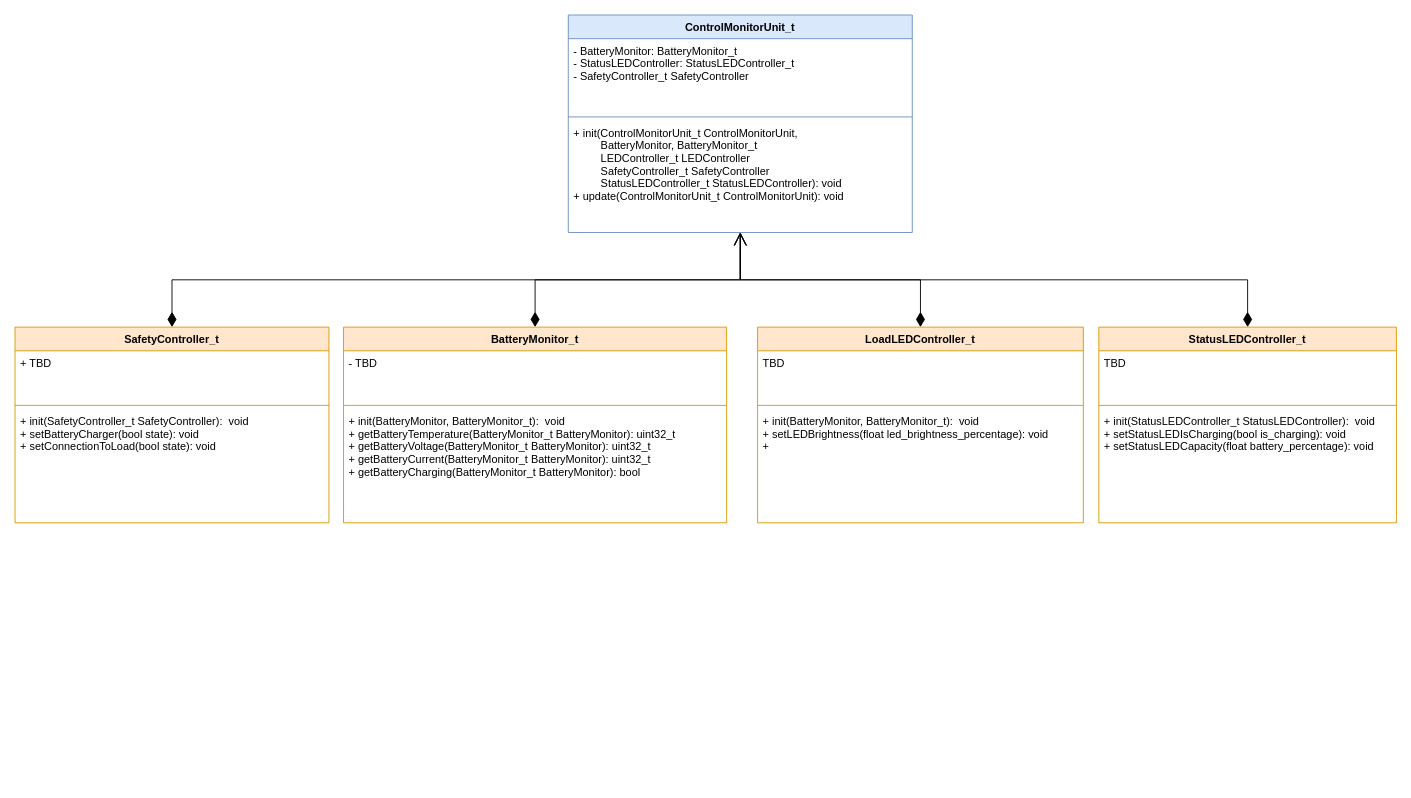
This is doc/class_diagram.drawio from andrew-elsayeh/illumicarge_firmware, a draw.io file, before an edit. Source tidied: cells renumbered, new cells numbered last; positions are measured from the earlier drawing's top-left corner, leaving out a move shared by most shapes. Both pictures are drawn from the tidied source at 91%, with x=0, y=0 at pixel (15, 15).
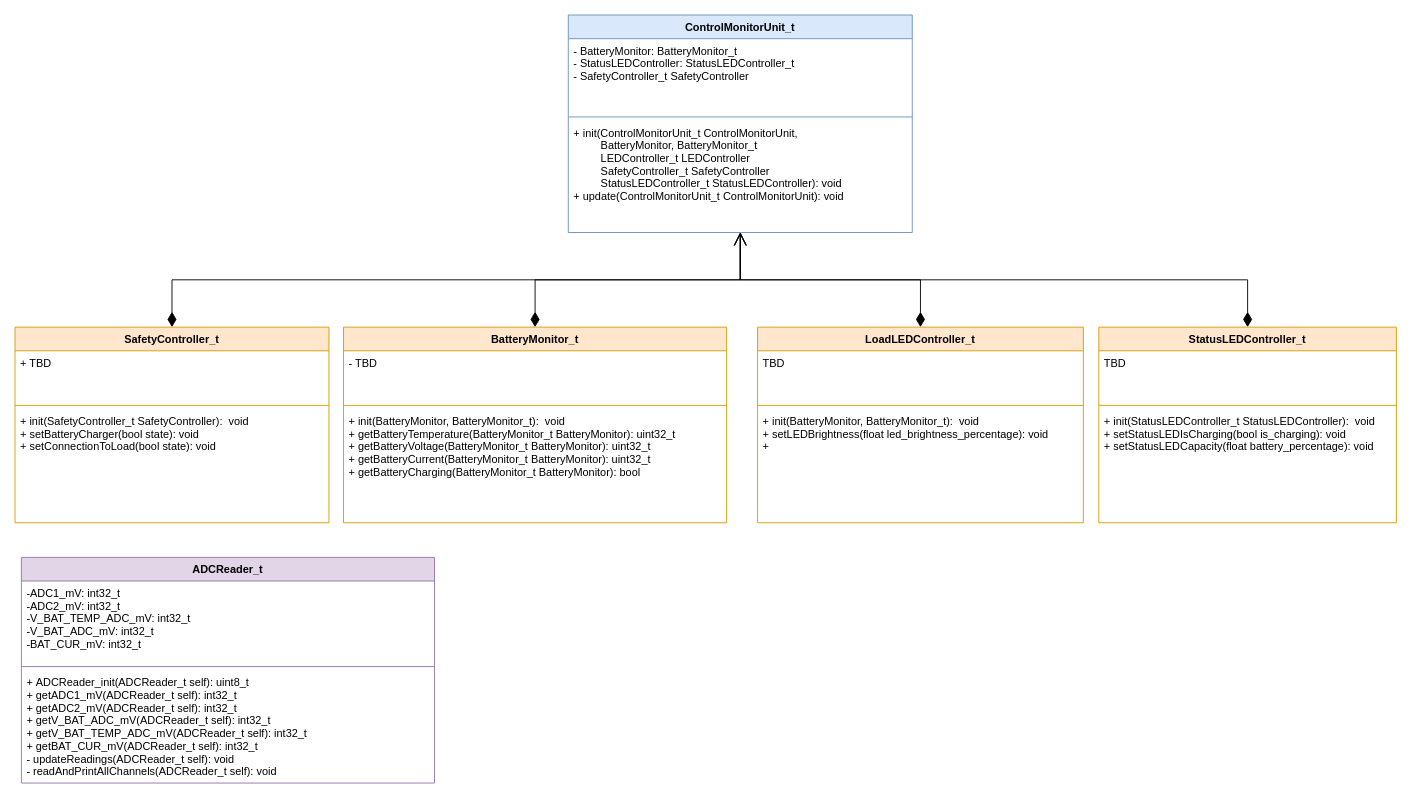
The same page after the edit.

What changed in the source:
```diff
@@
+    <mxCell id="26" value="ADCReader_t" style="swimlane;fontStyle=1;align=center;verticalAlign=top;horizontal=1;startSize=26;fontFamily=Avenir;fillColor=#e1d5e7;strokeColor=#9673a6;" parent="1" vertex="1">
+      <mxGeometry x="7" y="596" width="454" height="248" as="geometry" />
+    </mxCell>
+    <mxCell id="27" value="-ADC1_mV: int32_t&#10;-ADC2_mV: int32_t&#10;-V_BAT_TEMP_ADC_mV: int32_t&#10;-V_BAT_ADC_mV: int32_t&#10;-BAT_CUR_mV: int32_t&#10;" style="text;strokeColor=none;fillColor=none;align=left;verticalAlign=top;spacingLeft=4;spacingRight=4;overflow=hidden;fontFamily=Avenir;" parent="26" vertex="1">
+      <mxGeometry y="26" width="454" height="90" as="geometry" />
+    </mxCell>
+    <mxCell id="28" style="line;strokeWidth=1;fillColor=none;align=left;verticalAlign=middle;spacingTop=-1;spacingLeft=3;spacingRight=3;labelPosition=right;strokeColor=inherit;fontFamily=Avenir;" parent="26" vertex="1">
+      <mxGeometry y="116" width="454" height="8" as="geometry" />
+    </mxCell>
+    <mxCell id="29" value="+ ADCReader_init(ADCReader_t self): uint8_t&#10;+ getADC1_mV(ADCReader_t self): int32_t&#10;+ getADC2_mV(ADCReader_t self): int32_t&#10;+ getV_BAT_ADC_mV(ADCReader_t self): int32_t&#10;+ getV_BAT_TEMP_ADC_mV(ADCReader_t self): int32_t&#10;+ getBAT_CUR_mV(ADCReader_t self): int32_t&#10;- updateReadings(ADCReader_t self): void&#10;- readAndPrintAllChannels(ADCReader_t self): void&#10;" style="text;strokeColor=none;fillColor=none;align=left;verticalAlign=top;spacingLeft=4;spacingRight=4;overflow=hidden;fontFamily=Avenir;" parent="26" vertex="1">
+      <mxGeometry y="124" width="454" height="124" as="geometry" />
+    </mxCell>
```
